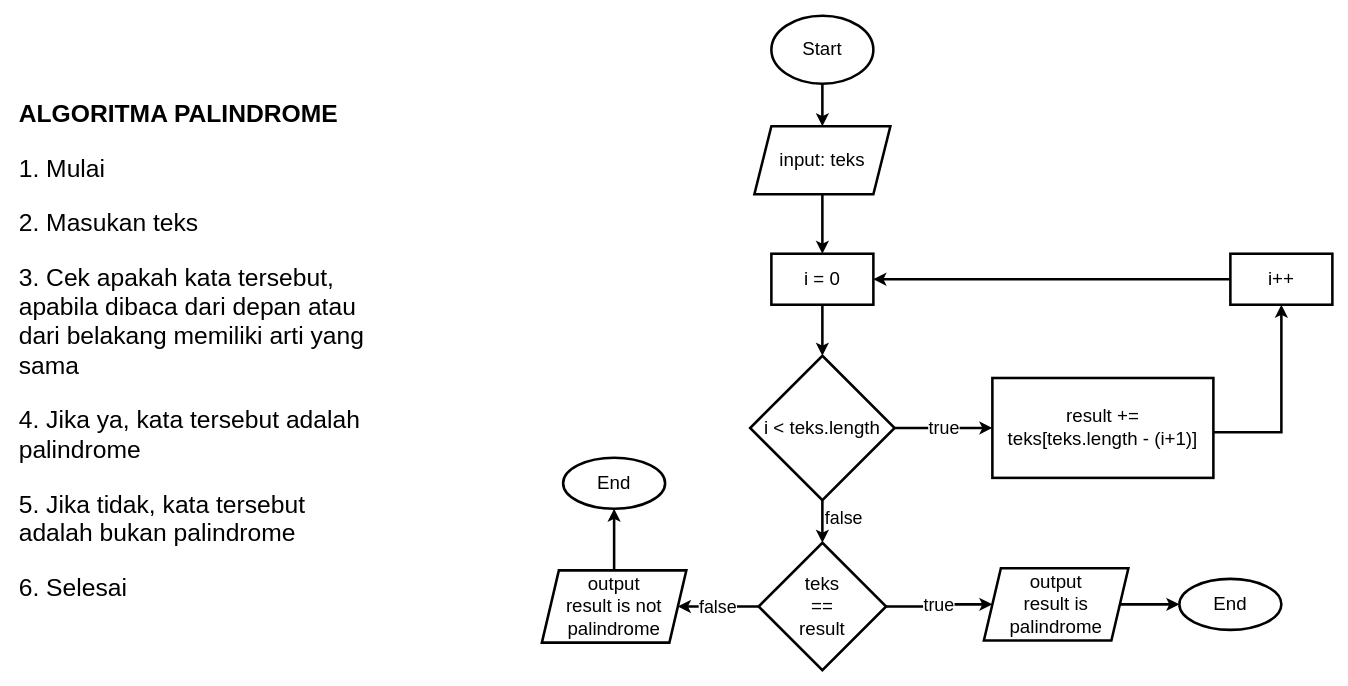
This is flowchart-palindrome.drawio from rioprayoga23/fw12-javascript-1, a draw.io file, before an edit. Source tidied: cells renumbered, new cells numbered last; positions are measured from the earlier drawing's top-left corner, leaving out a move shared by most shapes. Both pictures are drawn from the tidied source at 85%, with x=0, y=0 at pixel (14, 15).
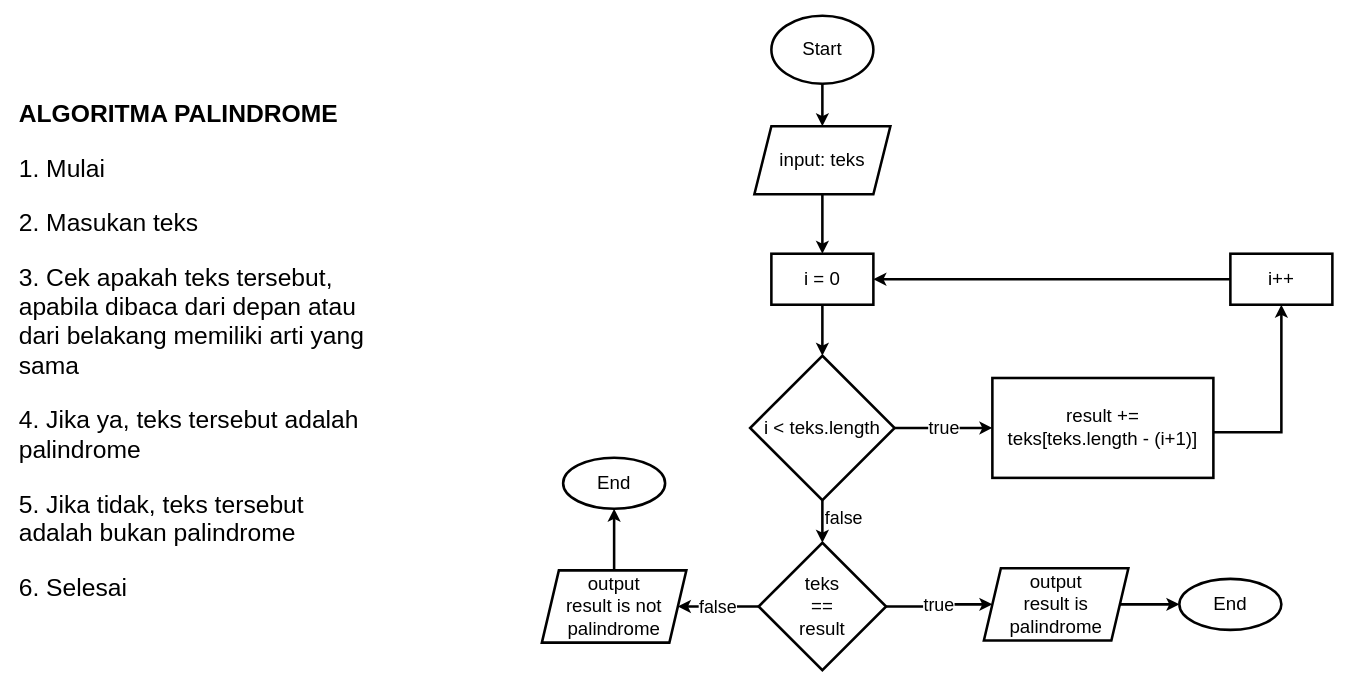
After the change.

Diff of the diagram source:
```diff
@@
-    <mxCell id="25" value="&lt;h1 style=&quot;font-size: 29px;&quot;&gt;&lt;font style=&quot;font-size: 29px;&quot;&gt;ALGORITMA PALINDROME&lt;/font&gt;&lt;/h1&gt;&lt;p style=&quot;font-size: 29px;&quot;&gt;&lt;font style=&quot;font-size: 29px;&quot;&gt;1. Mulai&lt;/font&gt;&lt;/p&gt;&lt;p style=&quot;font-size: 29px;&quot;&gt;&lt;font style=&quot;font-size: 29px;&quot;&gt;2. Masukan teks&lt;/font&gt;&lt;/p&gt;&lt;p style=&quot;font-size: 29px;&quot;&gt;&lt;font style=&quot;font-size: 29px;&quot;&gt;3. Cek apakah kata tersebut, apabila dibaca dari depan atau dari belakang memiliki arti yang sama&lt;/font&gt;&lt;/p&gt;&lt;p style=&quot;font-size: 29px;&quot;&gt;&lt;font style=&quot;font-size: 29px;&quot;&gt;4. Jika ya, kata tersebut adalah palindrome&lt;/font&gt;&lt;/p&gt;&lt;p style=&quot;font-size: 29px;&quot;&gt;&lt;font style=&quot;font-size: 29px;&quot;&gt;5. Jika tidak, kata tersebut adalah bukan palindrome&amp;nbsp;&lt;/font&gt;&lt;/p&gt;&lt;p style=&quot;font-size: 29px;&quot;&gt;&lt;font style=&quot;font-size: 29px;&quot;&gt;6. Selesai&lt;/font&gt;&lt;/p&gt;" style="text;html=1;strokeColor=none;fillColor=none;spacing=5;spacingTop=-20;whiteSpace=wrap;overflow=hidden;rounded=0;" parent="1" vertex="1">
+    <mxCell id="25" value="&lt;h1 style=&quot;font-size: 29px;&quot;&gt;&lt;font style=&quot;font-size: 29px;&quot;&gt;ALGORITMA PALINDROME&lt;/font&gt;&lt;/h1&gt;&lt;p style=&quot;font-size: 29px;&quot;&gt;&lt;font style=&quot;font-size: 29px;&quot;&gt;1. Mulai&lt;/font&gt;&lt;/p&gt;&lt;p style=&quot;font-size: 29px;&quot;&gt;&lt;font style=&quot;font-size: 29px;&quot;&gt;2. Masukan teks&lt;/font&gt;&lt;/p&gt;&lt;p style=&quot;font-size: 29px;&quot;&gt;&lt;font style=&quot;font-size: 29px;&quot;&gt;3. Cek apakah teks tersebut, apabila dibaca dari depan atau dari belakang memiliki arti yang sama&lt;/font&gt;&lt;/p&gt;&lt;p style=&quot;font-size: 29px;&quot;&gt;&lt;font style=&quot;font-size: 29px;&quot;&gt;4. Jika ya, teks tersebut adalah palindrome&lt;/font&gt;&lt;/p&gt;&lt;p style=&quot;font-size: 29px;&quot;&gt;&lt;font style=&quot;font-size: 29px;&quot;&gt;5. Jika tidak, teks tersebut adalah bukan palindrome&amp;nbsp;&lt;/font&gt;&lt;/p&gt;&lt;p style=&quot;font-size: 29px;&quot;&gt;&lt;font style=&quot;font-size: 29px;&quot;&gt;6. Selesai&lt;/font&gt;&lt;/p&gt;" style="text;html=1;strokeColor=none;fillColor=none;spacing=5;spacingTop=-20;whiteSpace=wrap;overflow=hidden;rounded=0;" parent="1" vertex="1">
       <mxGeometry y="90" width="427.5" height="620" as="geometry" />
     </mxCell>
```
